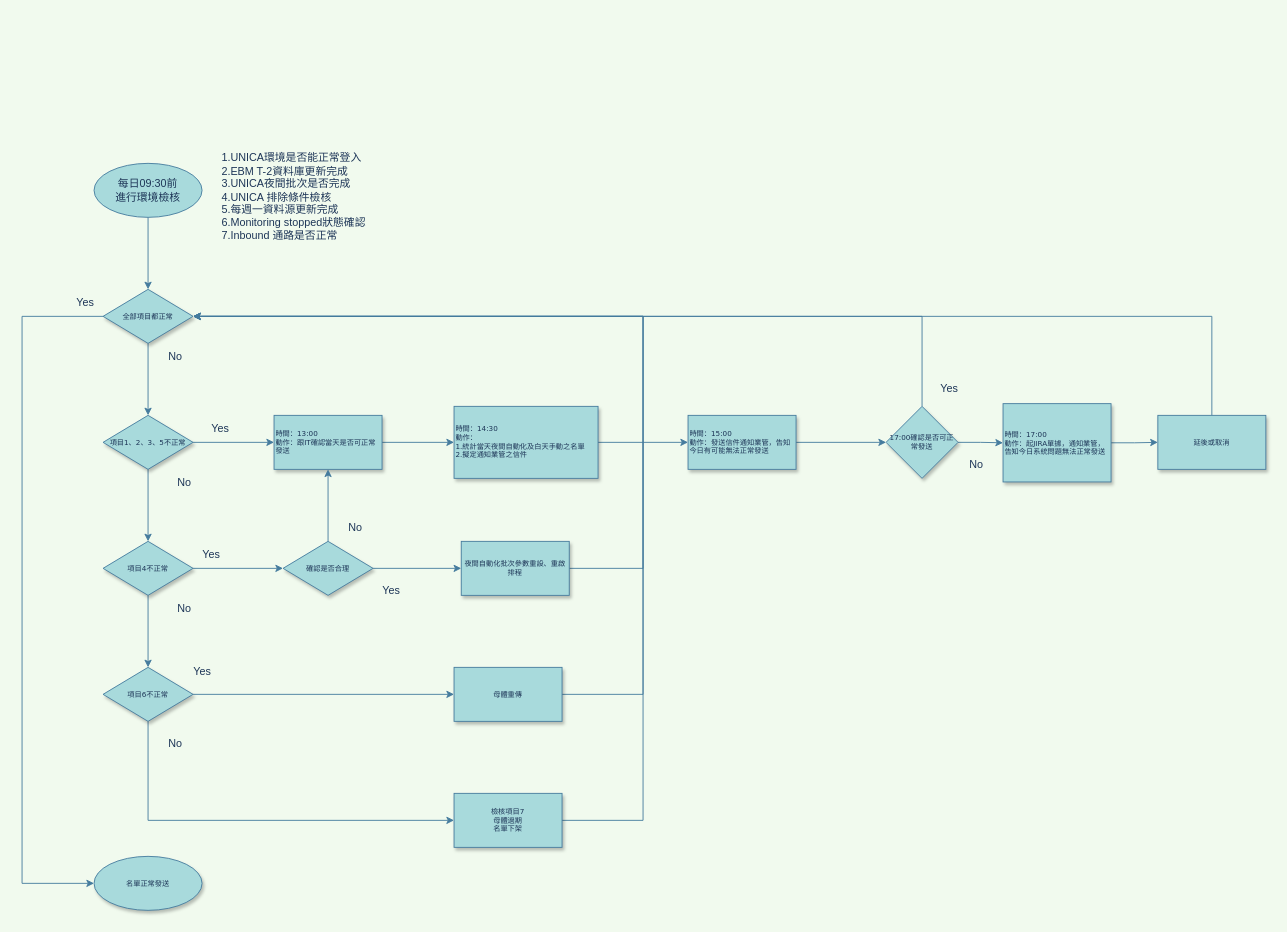
Above: 未命名圖表.drawio in colin03564/drawio (draw.io), before the change. Source tidied: cells renumbered, new cells numbered last; positions are measured from the earlier drawing's top-left corner, leaving out a move shared by most shapes. Both pictures are drawn from the tidied source at 90%, with x=0, y=0 at pixel (22, 131).
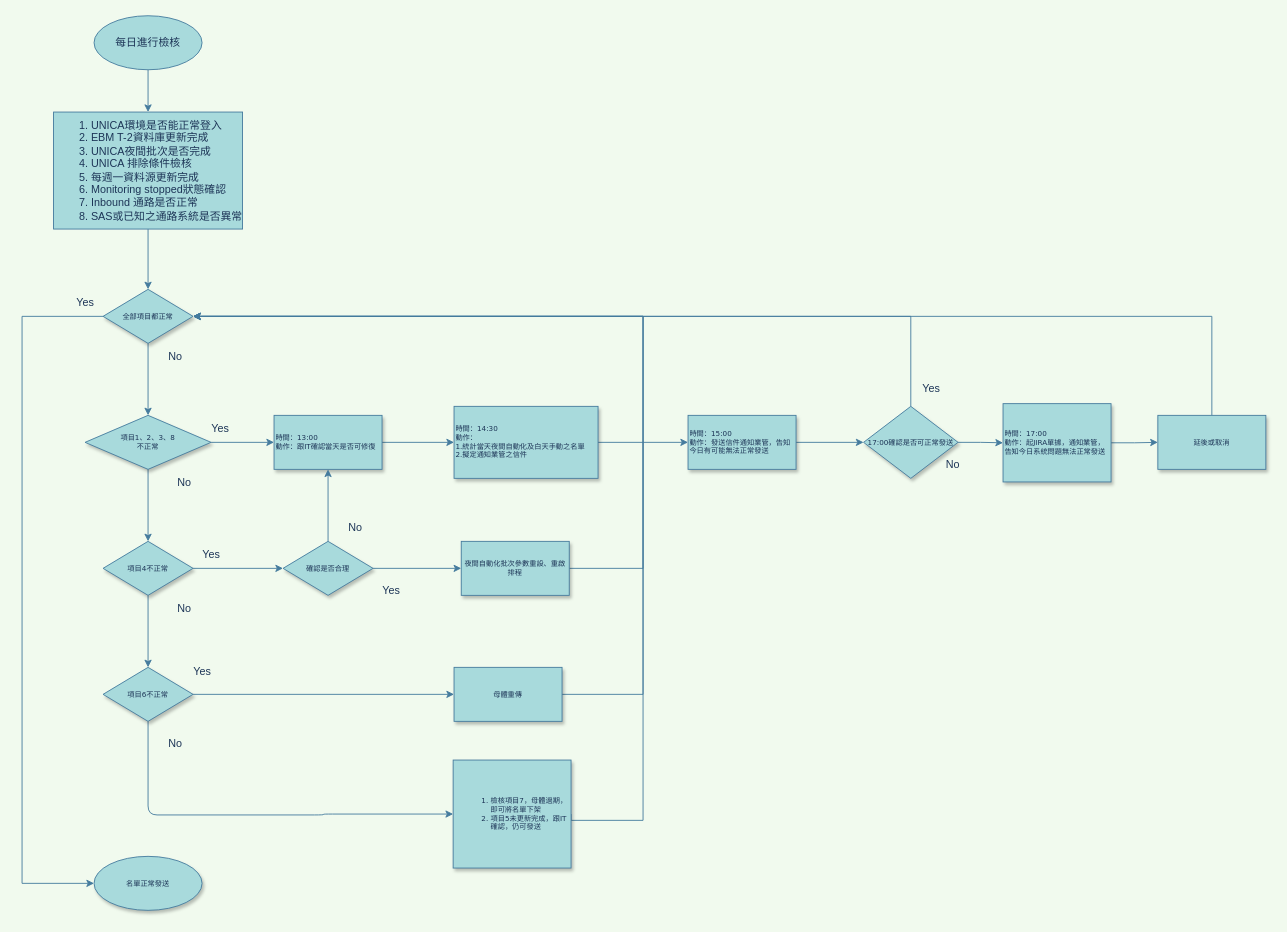
After the change.

Commit message:
更新未命名圖表.drawio

Unchanged cells that the change refers to:
```xml
<mxCell id="4" value="全部項目都正常" style="rhombus;whiteSpace=wrap;html=1;rounded=0;shadow=1;labelBackgroundColor=none;strokeWidth=1;fontFamily=Verdana;fontSize=8;align=center;fillColor=#A8DADC;strokeColor=#457B9D;fontColor=#1D3557;" parent="1" vertex="1">
  <mxGeometry x="90" y="175" width="100" height="60" as="geometry" />
</mxCell>
<mxCell id="44" value="項目6不正常" style="rhombus;whiteSpace=wrap;html=1;rounded=0;shadow=1;labelBackgroundColor=none;strokeWidth=1;fontFamily=Verdana;fontSize=8;align=center;fillColor=#A8DADC;strokeColor=#457B9D;fontColor=#1D3557;" parent="1" vertex="1">
  <mxGeometry x="90" y="595" width="100" height="60" as="geometry" />
</mxCell>
```

Change to the diagram source:
```diff
@@
-    <mxCell id="5" style="edgeStyle=orthogonalEdgeStyle;rounded=0;jettySize=auto;html=1;entryX=0.5;entryY=0;entryDx=0;entryDy=0;labelBackgroundColor=#F1FAEE;strokeColor=#457B9D;fontColor=#1D3557;" parent="1" edge="1" source="6" target="4">
-      <mxGeometry relative="1" as="geometry" />
-    </mxCell>
+    <mxCell id="52" style="edgeStyle=orthogonalEdgeStyle;curved=0;rounded=1;sketch=0;jettySize=auto;html=1;fontColor=#1D3557;strokeColor=#457B9D;fillColor=#A8DADC;" parent="1" edge="1" source="6" target="54">
+      <mxGeometry relative="1" as="geometry" />
+    </mxCell>
-    <mxCell id="6" value="每日09:30前&lt;br&gt;進行環境檢核" style="ellipse;whiteSpace=wrap;html=1;fillColor=#A8DADC;strokeColor=#457B9D;fontColor=#1D3557;" parent="1" vertex="1">
-      <mxGeometry x="80" y="35" width="120" height="60" as="geometry" />
+    <mxCell id="6" value="每日進行檢核" style="ellipse;whiteSpace=wrap;html=1;fillColor=#A8DADC;strokeColor=#457B9D;fontColor=#1D3557;" parent="1" vertex="1">
+      <mxGeometry x="80" y="-129" width="120" height="60" as="geometry" />
     </mxCell>
-    <mxCell id="7" value="&lt;div&gt;&lt;font style=&quot;font-size: 12px;&quot;&gt;&lt;br&gt;&lt;/font&gt;&lt;/div&gt;&lt;div&gt;&lt;font style=&quot;font-size: 12px;&quot;&gt;1.UNICA環境是否能正常登入&lt;/font&gt;&lt;/div&gt;&lt;div&gt;&lt;font style=&quot;font-size: 12px;&quot;&gt;2.EBM T-2資料庫更新完成&lt;/font&gt;&lt;/div&gt;&lt;div&gt;&lt;font style=&quot;font-size: 12px;&quot;&gt;3.UNICA夜間批次是否完成&lt;/font&gt;&lt;/div&gt;&lt;div&gt;&lt;font style=&quot;font-size: 12px;&quot;&gt;4.UNICA 排除條件檢核&lt;/font&gt;&lt;/div&gt;&lt;div&gt;&lt;font style=&quot;font-size: 12px;&quot;&gt;5.每週一資料源更新完成&lt;/font&gt;&lt;/div&gt;&lt;div&gt;&lt;font style=&quot;font-size: 12px;&quot;&gt;6.Monitoring stopped狀態確認&lt;/font&gt;&lt;/div&gt;&lt;div&gt;&lt;font style=&quot;font-size: 12px;&quot;&gt;7.Inbound 通路是否正常&lt;/font&gt;&lt;/div&gt;" style="text;html=1;align=left;verticalAlign=middle;fillColor=none;strokeColor=none;rounded=0;strokeWidth=12;fontColor=#1D3557;" parent="1" vertex="1">
-      <mxGeometry x="220" width="180" height="130" as="geometry" />
-    </mxCell>
@@
-    <mxCell id="10" value="項目1、2、3、5不正常" style="rhombus;whiteSpace=wrap;html=1;rounded=0;shadow=1;labelBackgroundColor=none;strokeWidth=1;fontFamily=Verdana;fontSize=8;align=center;fillColor=#A8DADC;strokeColor=#457B9D;fontColor=#1D3557;" parent="1" vertex="1">
-      <mxGeometry x="90" y="315" width="100" height="60" as="geometry" />
+    <mxCell id="10" value="項目1、2、3、8&lt;br&gt;不正常" style="rhombus;whiteSpace=wrap;html=1;rounded=0;shadow=1;labelBackgroundColor=none;strokeWidth=1;fontFamily=Verdana;fontSize=8;align=center;fillColor=#A8DADC;strokeColor=#457B9D;fontColor=#1D3557;" parent="1" vertex="1">
+      <mxGeometry x="70" y="315" width="140" height="60" as="geometry" />
     </mxCell>
@@
-    <mxCell id="12" value="&lt;div&gt;&lt;span style=&quot;font-size: 8px;&quot;&gt;時間：13:00&lt;/span&gt;&lt;/div&gt;&lt;div&gt;&lt;span style=&quot;font-size: 8px;&quot;&gt;動作：跟IT確認當天是否可正常發送&lt;/span&gt;&lt;/div&gt;" style="whiteSpace=wrap;html=1;fontSize=8;fontFamily=Verdana;rounded=0;shadow=1;labelBackgroundColor=none;strokeWidth=1;align=left;fillColor=#A8DADC;strokeColor=#457B9D;fontColor=#1D3557;" parent="1" vertex="1">
+    <mxCell id="12" value="&lt;div&gt;&lt;span style=&quot;font-size: 8px;&quot;&gt;時間：13:00&lt;/span&gt;&lt;/div&gt;&lt;div&gt;&lt;span style=&quot;font-size: 8px;&quot;&gt;動作：跟IT確認當天是否可修復&lt;/span&gt;&lt;/div&gt;" style="whiteSpace=wrap;html=1;fontSize=8;fontFamily=Verdana;rounded=0;shadow=1;labelBackgroundColor=none;strokeWidth=1;align=left;fillColor=#A8DADC;strokeColor=#457B9D;fontColor=#1D3557;" parent="1" vertex="1">
       <mxGeometry x="280" y="315" width="120" height="60" as="geometry" />
     </mxCell>
@@
     <mxCell id="34" value="17:00確認是否可正常發送" style="rhombus;whiteSpace=wrap;html=1;fontSize=8;fontFamily=Verdana;align=center;rounded=0;shadow=1;labelBackgroundColor=none;strokeWidth=1;fillColor=#A8DADC;strokeColor=#457B9D;fontColor=#1D3557;" parent="1" vertex="1">
-      <mxGeometry x="960" y="305" width="80" height="80" as="geometry" />
+      <mxGeometry x="935" y="305" width="105" height="80" as="geometry" />
     </mxCell>
     <mxCell id="35" value="Yes" style="text;html=1;align=center;verticalAlign=middle;fillColor=none;strokeColor=none;rounded=0;fontSize=12;fontColor=#1D3557;" parent="1" vertex="1">
-      <mxGeometry x="1010" y="270" width="40" height="30" as="geometry" />
+      <mxGeometry x="990" y="271" width="40" height="30" as="geometry" />
     </mxCell>
@@
     <mxCell id="39" value="No" style="text;html=1;align=center;verticalAlign=middle;fillColor=none;strokeColor=none;rounded=0;fontSize=12;fontColor=#1D3557;" parent="1" vertex="1">
-      <mxGeometry x="1040" y="355" width="40" height="30" as="geometry" />
+      <mxGeometry x="1014" y="355" width="40" height="30" as="geometry" />
     </mxCell>
@@
-    <mxCell id="43" style="edgeStyle=orthogonalEdgeStyle;rounded=0;jettySize=auto;html=1;entryX=0;entryY=0.5;entryDx=0;entryDy=0;fontSize=12;labelBackgroundColor=#F1FAEE;strokeColor=#457B9D;fontColor=#1D3557;" parent="1" edge="1" source="44" target="50">
+    <mxCell id="43" style="edgeStyle=orthogonalEdgeStyle;curved=0;rounded=1;sketch=0;jettySize=auto;html=1;entryX=0;entryY=0.5;entryDx=0;entryDy=0;fontColor=#1D3557;strokeColor=#457B9D;fillColor=#A8DADC;" parent="1" edge="1" source="44" target="50">
       <mxGeometry relative="1" as="geometry">
         <Array as="points">
-          <mxPoint x="140" y="765" />
+          <mxPoint x="140" y="759" />
+          <mxPoint x="335" y="759" />
         </Array>
       </mxGeometry>
     </mxCell>
@@
-    <mxCell id="50" value="檢核項目7&lt;br&gt;母體過期&lt;br&gt;名單下架" style="whiteSpace=wrap;html=1;fontSize=8;fontFamily=Verdana;rounded=0;shadow=1;labelBackgroundColor=none;strokeWidth=1;fillColor=#A8DADC;strokeColor=#457B9D;fontColor=#1D3557;" parent="1" vertex="1">
-      <mxGeometry x="480" y="735" width="120" height="60" as="geometry" />
+    <mxCell id="50" value="&lt;ol&gt;&lt;li&gt;&lt;span style=&quot;background-color: initial;&quot;&gt;檢核項目7，母體過期，即可將名單下架&lt;/span&gt;&lt;/li&gt;&lt;li&gt;&lt;span style=&quot;background-color: initial;&quot;&gt;項目5未更新完成，跟IT確認，仍可發送&lt;/span&gt;&lt;/li&gt;&lt;/ol&gt;" style="whiteSpace=wrap;html=1;fontSize=8;fontFamily=Verdana;rounded=0;shadow=1;labelBackgroundColor=none;strokeWidth=1;fillColor=#A8DADC;strokeColor=#457B9D;fontColor=#1D3557;align=left;" parent="1" vertex="1">
+      <mxGeometry x="479" y="698" width="131" height="120" as="geometry" />
     </mxCell>
@@
+    <mxCell id="53" style="edgeStyle=orthogonalEdgeStyle;curved=0;rounded=1;sketch=0;jettySize=auto;html=1;entryX=0.5;entryY=0;entryDx=0;entryDy=0;fontColor=#1D3557;strokeColor=#457B9D;fillColor=#A8DADC;" parent="1" edge="1" source="54" target="4">
+      <mxGeometry relative="1" as="geometry" />
+    </mxCell>
+    <mxCell id="54" value="&lt;ol&gt;&lt;li&gt;&lt;span style=&quot;background-color: initial;&quot;&gt;UNICA環境是否能正常登入&lt;/span&gt;&lt;/li&gt;&lt;li&gt;EBM T-2資料庫更新完成&lt;/li&gt;&lt;li&gt;UNICA夜間批次是否完成&lt;/li&gt;&lt;li&gt;UNICA 排除條件檢核&lt;/li&gt;&lt;li&gt;每週一資料源更新完成&lt;/li&gt;&lt;li&gt;Monitoring stopped狀態確認&lt;/li&gt;&lt;li&gt;Inbound 通路是否正常&lt;/li&gt;&lt;li&gt;SAS或已知之通路系統是否異常&lt;/li&gt;&lt;/ol&gt;" style="whiteSpace=wrap;html=1;fillColor=#A8DADC;strokeColor=#457B9D;fontColor=#1D3557;align=left;" parent="1" vertex="1">
+      <mxGeometry x="35" y="-22" width="210" height="130" as="geometry" />
+    </mxCell>
```
